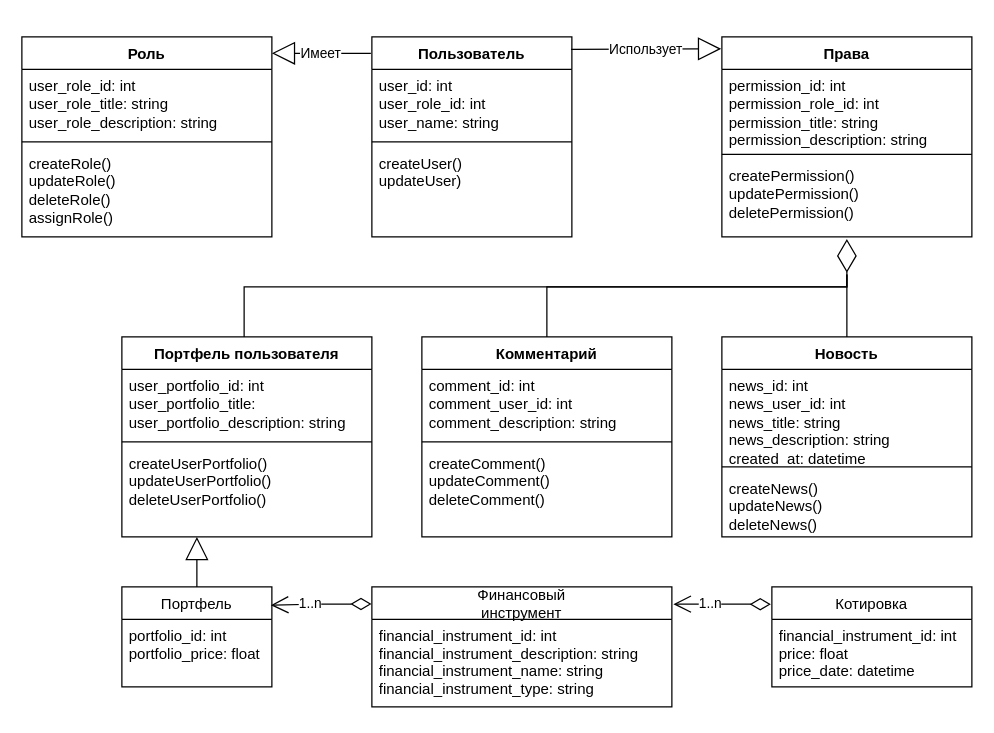
Earlier version of the draw.io diagram Диаграмма без названия.drawio (epsil0n66/ProjectMethodsSlanina). Source tidied: cells renumbered, new cells numbered last; positions are measured from the earlier drawing's top-left corner, leaving out a move shared by most shapes. Both pictures are drawn from the tidied source at 125%, with x=0, y=0 at pixel (21, 36).
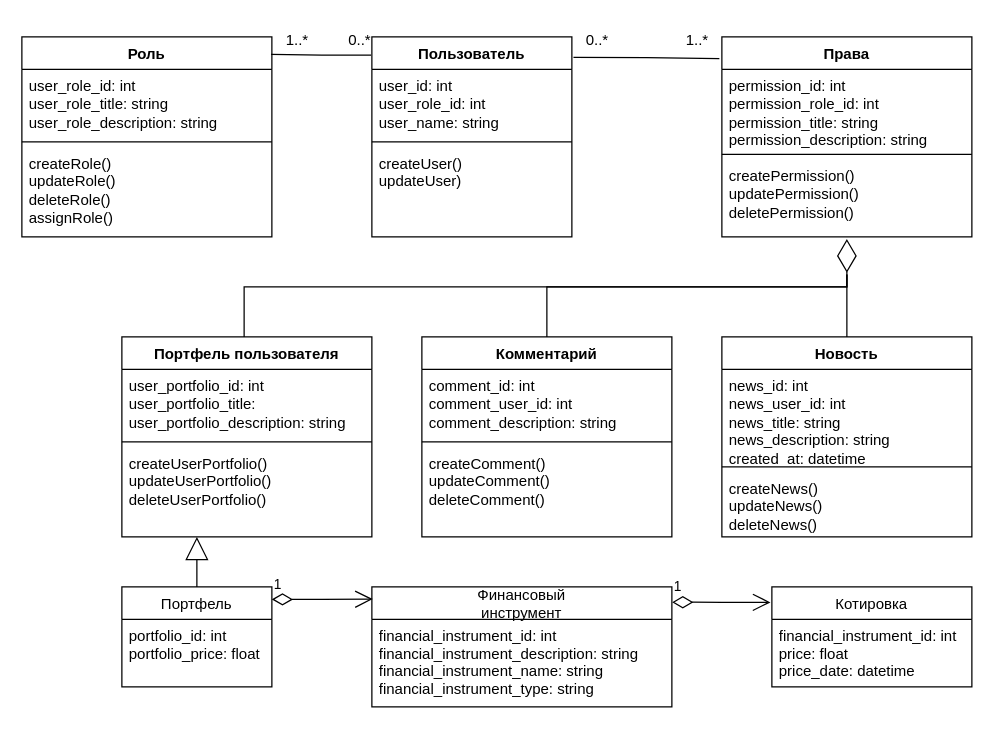
The same diagram, later.

Unchanged cells that the change refers to:
```xml
<mxCell id="2" value="Котировка" style="swimlane;fontStyle=0;horizontal=1;startSize=26;fillColor=none;" parent="1" vertex="1">
  <mxGeometry x="600" y="440" width="160" height="80" as="geometry" />
</mxCell>
<mxCell id="4" value="Портфель" style="swimlane;fontStyle=0;horizontal=1;startSize=26;fillColor=none;" parent="1" vertex="1">
  <mxGeometry x="80" y="440" width="120" height="80" as="geometry" />
</mxCell>
<mxCell id="6" value="Финансовый&#10;инструмент" style="swimlane;fontStyle=0;horizontal=1;startSize=26;fillColor=none;" parent="1" vertex="1">
  <mxGeometry x="280" y="440" width="240" height="96" as="geometry" />
</mxCell>
<mxCell id="12" value="Роль" style="swimlane;fontStyle=1;align=center;verticalAlign=top;horizontal=1;startSize=26;whiteSpace=wrap;html=1;" parent="1" vertex="1">
  <mxGeometry width="200" height="160" as="geometry" />
</mxCell>
<mxCell id="16" value="Права" style="swimlane;fontStyle=1;align=center;verticalAlign=top;horizontal=1;startSize=26;whiteSpace=wrap;html=1;" parent="1" vertex="1">
  <mxGeometry x="560" width="200" height="160" as="geometry" />
</mxCell>
<mxCell id="34" value="Пользователь" style="swimlane;fontStyle=1;align=center;verticalAlign=top;horizontal=1;startSize=26;whiteSpace=wrap;html=1;" parent="1" vertex="1">
  <mxGeometry x="280" width="160" height="160" as="geometry" />
</mxCell>
```

Change to the diagram source:
```diff
@@
-    <mxCell id="8" style="endArrow=open;html=1;endSize=12;startArrow=diamondThin;startSize=14;startFill=0;edgeStyle=orthogonalEdgeStyle;rounded=0;exitX=-0.001;exitY=0.143;exitDx=0;exitDy=0;exitPerimeter=0;entryX=0.993;entryY=0.183;entryDx=0;entryDy=0;entryPerimeter=0;" parent="1" edge="1" source="6" target="4">
-      <mxGeometry relative="1" as="geometry" />
-    </mxCell>
-    <mxCell id="9" value="1..n" style="edgeLabel;html=1;align=left;verticalAlign=top;" parent="8" vertex="1">
-      <mxGeometry x="-1" relative="1" as="geometry">
-        <mxPoint x="-60" y="-14" as="offset" />
-      </mxGeometry>
-    </mxCell>
-    <mxCell id="10" style="endArrow=open;html=1;endSize=12;startArrow=diamondThin;startSize=14;startFill=0;edgeStyle=orthogonalEdgeStyle;rounded=0;exitX=-0.005;exitY=0.173;exitDx=0;exitDy=0;exitPerimeter=0;entryX=1.005;entryY=0.144;entryDx=0;entryDy=0;entryPerimeter=0;" parent="1" edge="1" source="2" target="6">
-      <mxGeometry relative="1" as="geometry" />
-    </mxCell>
-    <mxCell id="11" value="1..n" style="edgeLabel;html=1;align=left;verticalAlign=top;" parent="10" vertex="1">
-      <mxGeometry x="-1" relative="1" as="geometry">
-        <mxPoint x="-59" y="-14" as="offset" />
-      </mxGeometry>
-    </mxCell>
@@
+    <mxCell id="40" style="edgeStyle=orthogonalEdgeStyle;rounded=0;jettySize=auto;html=1;entryX=0.997;entryY=0.088;entryDx=0;entryDy=0;entryPerimeter=0;exitX=-0.004;exitY=0.091;exitDx=0;exitDy=0;exitPerimeter=0;endArrow=none;endFill=0;" parent="1" edge="1" source="34" target="12">
+      <mxGeometry relative="1" as="geometry" />
+    </mxCell>
+    <mxCell id="39" style="edgeStyle=orthogonalEdgeStyle;rounded=0;jettySize=auto;html=1;entryX=-0.01;entryY=0.109;entryDx=0;entryDy=0;entryPerimeter=0;exitX=1.008;exitY=0.103;exitDx=0;exitDy=0;exitPerimeter=0;endArrow=none;endFill=0;" parent="1" edge="1" source="34" target="16">
+      <mxGeometry relative="1" as="geometry" />
+    </mxCell>
@@
-    <mxCell id="39" value="Использует" style="endArrow=block;endSize=16;endFill=0;html=1;rounded=0;exitX=0.996;exitY=0.062;exitDx=0;exitDy=0;exitPerimeter=0;entryX=-0.003;entryY=0.06;entryDx=0;entryDy=0;entryPerimeter=0;" parent="1" edge="1" source="34" target="16">
-      <mxGeometry relative="1" as="geometry" />
-    </mxCell>
-    <mxCell id="40" value="Имеет" style="endArrow=block;endSize=16;endFill=0;html=1;rounded=0;exitX=-0.005;exitY=0.082;exitDx=0;exitDy=0;exitPerimeter=0;entryX=1;entryY=0.082;entryDx=0;entryDy=0;entryPerimeter=0;" parent="1" edge="1" source="34" target="12">
-      <mxGeometry relative="1" as="geometry" />
-    </mxCell>
@@
+    <mxCell id="42" value="1" style="endArrow=open;html=1;endSize=12;startArrow=diamondThin;startSize=14;startFill=0;edgeStyle=orthogonalEdgeStyle;align=left;verticalAlign=bottom;rounded=0;exitX=1.001;exitY=0.128;exitDx=0;exitDy=0;exitPerimeter=0;entryX=-0.007;entryY=0.155;entryDx=0;entryDy=0;entryPerimeter=0;" parent="1" edge="1" source="6" target="2">
+      <mxGeometry x="-1" y="3" relative="1" as="geometry">
+        <Array as="points">
+          <mxPoint x="560" y="452" />
+        </Array>
+      </mxGeometry>
+    </mxCell>
+    <mxCell id="43" value="1" style="endArrow=open;html=1;endSize=12;startArrow=diamondThin;startSize=14;startFill=0;edgeStyle=orthogonalEdgeStyle;align=left;verticalAlign=bottom;rounded=0;exitX=1;exitY=0.125;exitDx=0;exitDy=0;exitPerimeter=0;entryX=0.003;entryY=0.102;entryDx=0;entryDy=0;entryPerimeter=0;" parent="1" edge="1" source="4" target="6">
+      <mxGeometry x="-1" y="3" relative="1" as="geometry" />
+    </mxCell>
+    <mxCell id="44" value="0..*" style="text;html=1;align=center;verticalAlign=middle;strokeColor=none;fillColor=none;" parent="1" vertex="1">
+      <mxGeometry x="250" y="-12" width="40" height="30" as="geometry" />
+    </mxCell>
+    <mxCell id="45" value="1..*" style="text;html=1;align=center;verticalAlign=middle;strokeColor=none;fillColor=none;" parent="1" vertex="1">
+      <mxGeometry x="200" y="-12" width="40" height="30" as="geometry" />
+    </mxCell>
+    <mxCell id="46" value="0..*" style="text;html=1;align=center;verticalAlign=middle;strokeColor=none;fillColor=none;" parent="1" vertex="1">
+      <mxGeometry x="440" y="-12" width="40" height="30" as="geometry" />
+    </mxCell>
+    <mxCell id="47" value="1..*" style="text;html=1;align=center;verticalAlign=middle;strokeColor=none;fillColor=none;" parent="1" vertex="1">
+      <mxGeometry x="520" y="-12" width="40" height="30" as="geometry" />
+    </mxCell>
```
